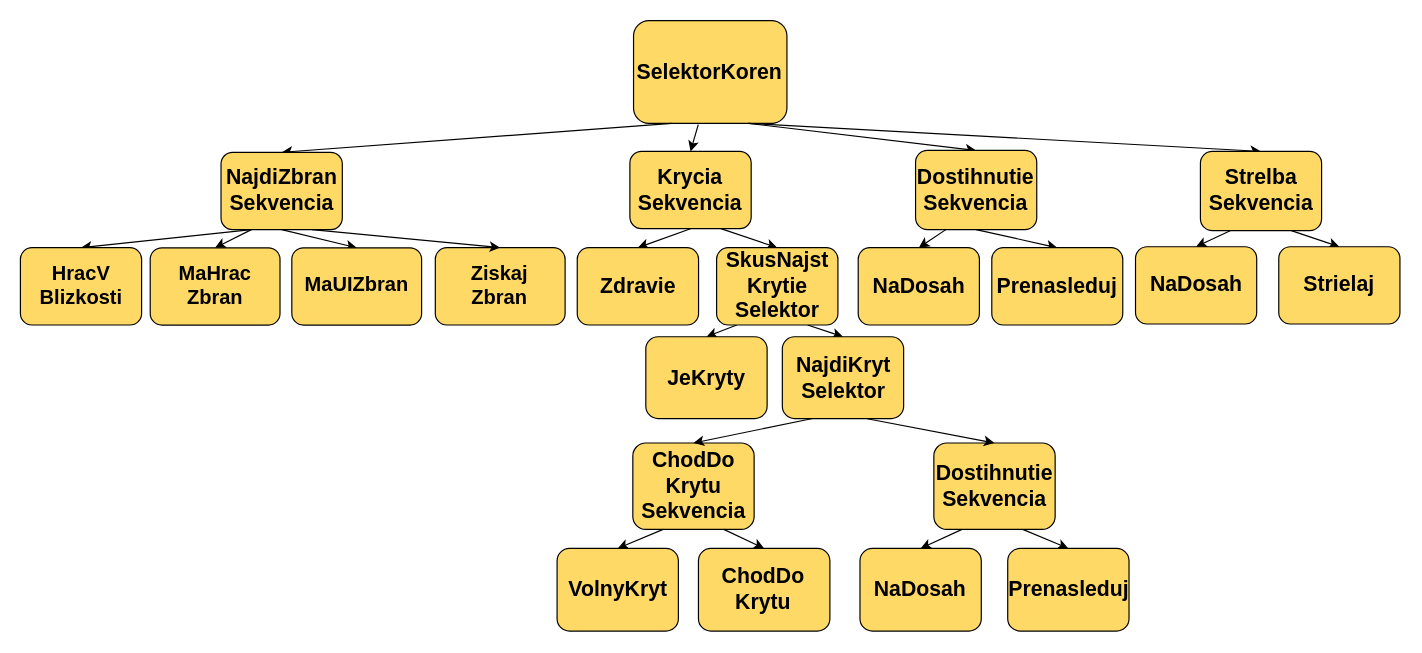
Earlier version of the draw.io diagram Untitled Diagram.drawio (MatejMistik/bachelors-fear-factor). Source tidied: cells renumbered, new cells numbered last; positions are measured from the earlier drawing's top-left corner, leaving out a move shared by most shapes. Both pictures are drawn from the tidied source at 118%, with x=0, y=0 at pixel (20, 20).
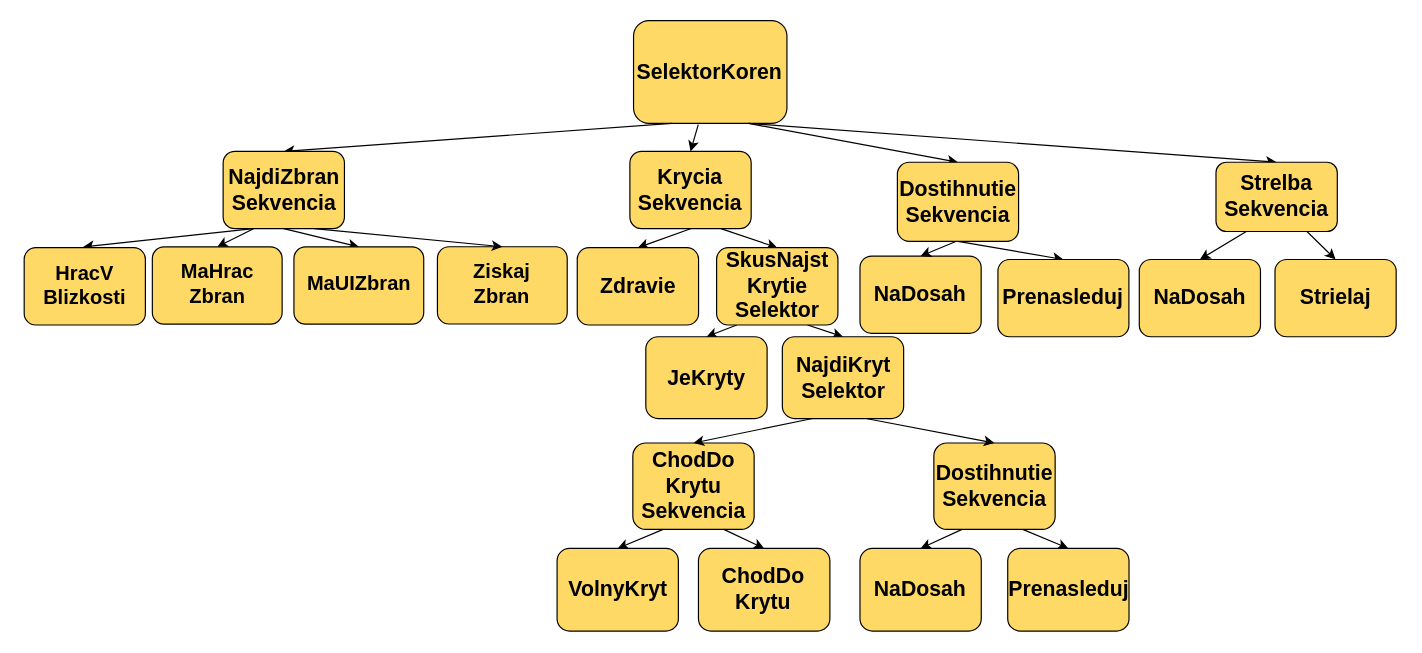
The same diagram, later.

Diff of the diagram source:
```diff
@@
-    <mxCell id="24" style="endArrow=classic;html=1;rounded=0;exitX=0.25;exitY=1;exitDx=0;exitDy=0;entryX=0.5;entryY=0;entryDx=0;entryDy=0;fontSize=18;fontStyle=1;" parent="1" edge="1" source="41" target="34">
-      <mxGeometry relative="1" as="geometry" />
-    </mxCell>
@@
-    <mxCell id="28" style="endArrow=classic;html=1;rounded=0;entryX=0.5;entryY=0;entryDx=0;entryDy=0;exitX=0.25;exitY=1;exitDx=0;exitDy=0;fontSize=17;fontStyle=1;" parent="1" edge="1" source="42" target="36">
-      <mxGeometry relative="1" as="geometry" />
+    <mxCell id="28" style="endArrow=classic;html=1;rounded=0;entryX=0.5;entryY=0;entryDx=0;entryDy=0;exitX=0.25;exitY=1;exitDx=0;exitDy=0;fontSize=17;fontStyle=1;" parent="1" edge="1" source="42">
+      <mxGeometry relative="1" as="geometry">
+        <mxPoint x="53" y="191.7" as="targetPoint" />
+      </mxGeometry>
     </mxCell>
@@
     <mxCell id="32" value="Ziskaj&lt;br style=&quot;font-size: 17px;&quot;&gt;Zbran" style="rounded=1;whiteSpace=wrap;html=1;fontSize=17;fontStyle=1;fillColor=#FFD966;" parent="1" vertex="1">
-      <mxGeometry x="351.4" y="192.4" width="110" height="65.5" as="geometry" />
+      <mxGeometry x="353.2" y="191.6" width="110" height="65.5" as="geometry" />
     </mxCell>
@@
     <mxCell id="34" value="NaDosah" style="rounded=1;whiteSpace=wrap;html=1;fontSize=18;fontStyle=1;fillColor=#FFD966;" parent="1" vertex="1">
-      <mxGeometry x="709.8" y="192.4" width="102.7" height="65.5" as="geometry" />
+      <mxGeometry x="711.3" y="199.5" width="102.7" height="65.5" as="geometry" />
     </mxCell>
     <mxCell id="35" value="Prenasleduj" style="rounded=1;whiteSpace=wrap;html=1;fontSize=18;fontStyle=1;fillColor=#FFD966;" parent="1" vertex="1">
-      <mxGeometry x="823" y="192.4" width="111" height="65.5" as="geometry" />
+      <mxGeometry x="828.2" y="202.4" width="111" height="65.5" as="geometry" />
     </mxCell>
     <mxCell id="36" value="HracV&lt;br style=&quot;font-size: 17px;&quot;&gt;Blizkosti" style="rounded=1;whiteSpace=wrap;html=1;fontSize=17;fontStyle=1;fillColor=#FFD966;" parent="1" vertex="1">
-      <mxGeometry x="-0.2" y="192.4" width="102.7" height="65.5" as="geometry" />
+      <mxGeometry x="3" y="192.4" width="102.7" height="65.5" as="geometry" />
     </mxCell>
     <mxCell id="37" value="MaHrac&lt;br style=&quot;font-size: 17px;&quot;&gt;Zbran" style="rounded=1;whiteSpace=wrap;html=1;fontSize=17;fontStyle=1;fillColor=#FFD966;" parent="1" vertex="1">
-      <mxGeometry x="109.8" y="192.5" width="110" height="65.5" as="geometry" />
+      <mxGeometry x="111.6" y="191.7" width="110" height="65.5" as="geometry" />
     </mxCell>
     <mxCell id="38" value="MaUIZbran" style="rounded=1;whiteSpace=wrap;html=1;fontSize=17;fontStyle=1;fillColor=#FFD966;" parent="1" vertex="1">
-      <mxGeometry x="229.8" y="192.5" width="110" height="65.5" as="geometry" />
+      <mxGeometry x="231.6" y="191.7" width="110" height="65.5" as="geometry" />
     </mxCell>
     <mxCell id="39" value="Strelba&lt;br&gt;Sekvencia" style="rounded=1;whiteSpace=wrap;html=1;fontSize=18;fontStyle=1;fillColor=#FFD966;" parent="1" vertex="1">
-      <mxGeometry x="999.8" y="110.8" width="102.7" height="67.1" as="geometry" />
+      <mxGeometry x="1013" y="120" width="102.8" height="58.7" as="geometry" />
     </mxCell>
@@
     <mxCell id="41" value="Dostihnutie&lt;br style=&quot;font-size: 17px;&quot;&gt;Sekvencia" style="rounded=1;whiteSpace=wrap;html=1;fontSize=18;fontStyle=1;fillColor=#FFD966;" parent="1" vertex="1">
-      <mxGeometry x="758.4" y="110" width="102.7" height="67.1" as="geometry" />
+      <mxGeometry x="743" y="120" width="102.7" height="67.1" as="geometry" />
     </mxCell>
     <mxCell id="42" value="NajdiZbran&lt;br&gt;Sekvencia" style="rounded=1;whiteSpace=wrap;html=1;fontSize=18;fontStyle=1;fillColor=#FFD966;" parent="1" vertex="1">
-      <mxGeometry x="169.8" y="111.6" width="102.8" height="65.5" as="geometry" />
+      <mxGeometry x="171.6" y="110.8" width="102.8" height="65.5" as="geometry" />
     </mxCell>
@@
     <mxCell id="45" value="NaDosah" style="rounded=1;whiteSpace=wrap;html=1;fontSize=18;fontStyle=1;fillColor=#FFD966;" parent="1" vertex="1">
-      <mxGeometry x="944.8" y="191.6" width="102.7" height="65.5" as="geometry" />
+      <mxGeometry x="948" y="202.4" width="102.7" height="65.5" as="geometry" />
     </mxCell>
     <mxCell id="46" value="Strielaj" style="rounded=1;whiteSpace=wrap;html=1;fontSize=18;fontStyle=1;fillColor=#FFD966;" parent="1" vertex="1">
-      <mxGeometry x="1066.2" y="191.6" width="102.7" height="65.5" as="geometry" />
+      <mxGeometry x="1063" y="202.4" width="102.7" height="65.5" as="geometry" />
     </mxCell>
+    <mxCell id="47" style="endArrow=classic;html=1;rounded=0;fontSize=17;fontStyle=5;entryX=0.5;entryY=0;entryDx=0;entryDy=0;" parent="1" edge="1" target="34">
+      <mxGeometry relative="1" as="geometry">
+        <mxPoint x="793" y="187" as="sourcePoint" />
+      </mxGeometry>
+    </mxCell>
```
